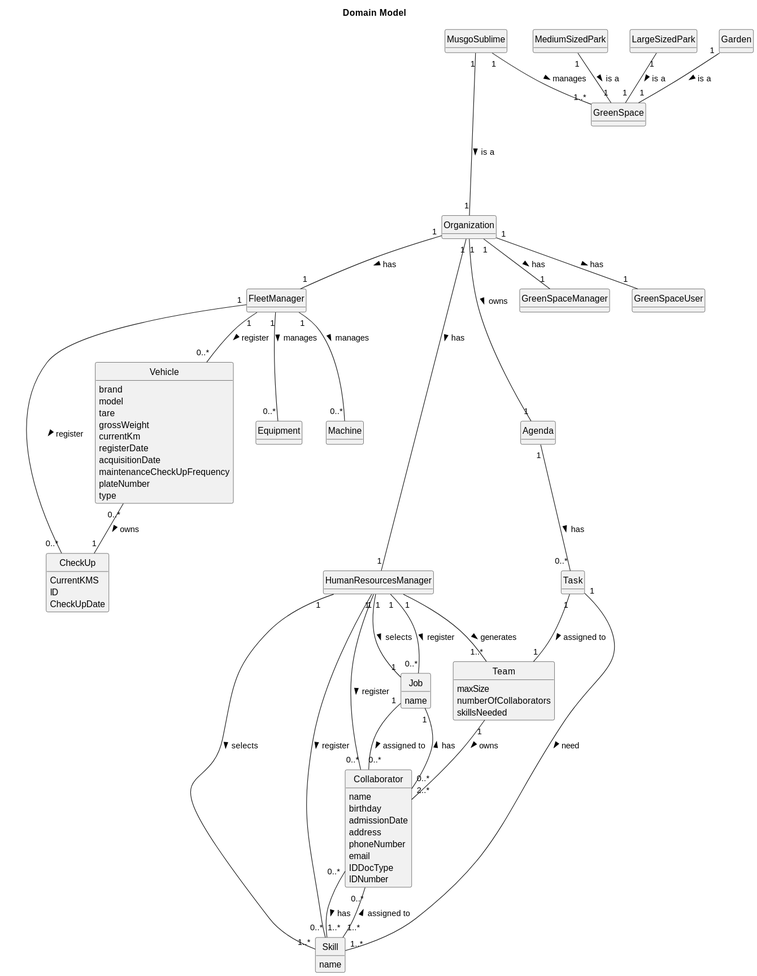
The PlantUML diagram docs/sprintA/global-artifacts/02.analysis/svg/project-domain-model.svg in daniel41silva05/ISEP_2023_2024_LAPR2, before a commit.
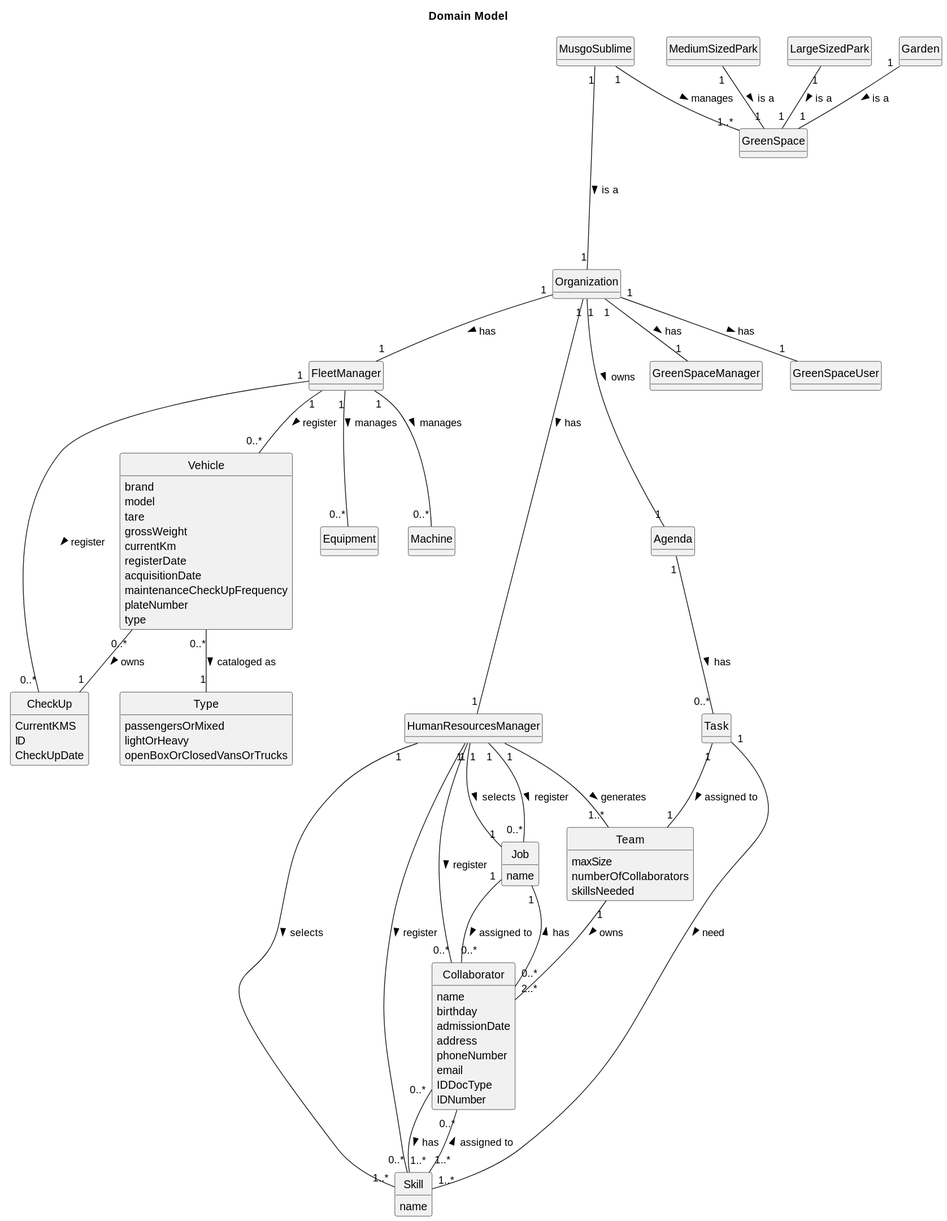
The same file after the commit.

Commit message:
Update Domain Model

Change to the diagram source:
```diff
@@ -53,6 +53,11 @@
     ID
     CheckUpDate
 }
+class Type {
+    passengersOrMixed
+    lightOrHeavy
+    openBoxOrClosedVansOrTrucks
+}
 
 class Job {
     name
@@ -106,6 +111,7 @@
 FleetManager "1" -- "0..*" Machine : manages >
 FleetManager "1" - "0..*" CheckUp : register >
 Vehicle "0..*" -- "1" CheckUp : owns >
+Vehicle "0..*" -- "1" Type : cataloged as >
 Team "1" -- "2..*" Collaborator : owns >
 Task "1" -- "1..*" Skill : need >
 Agenda "1" -- "0..*" Task : has >
```
